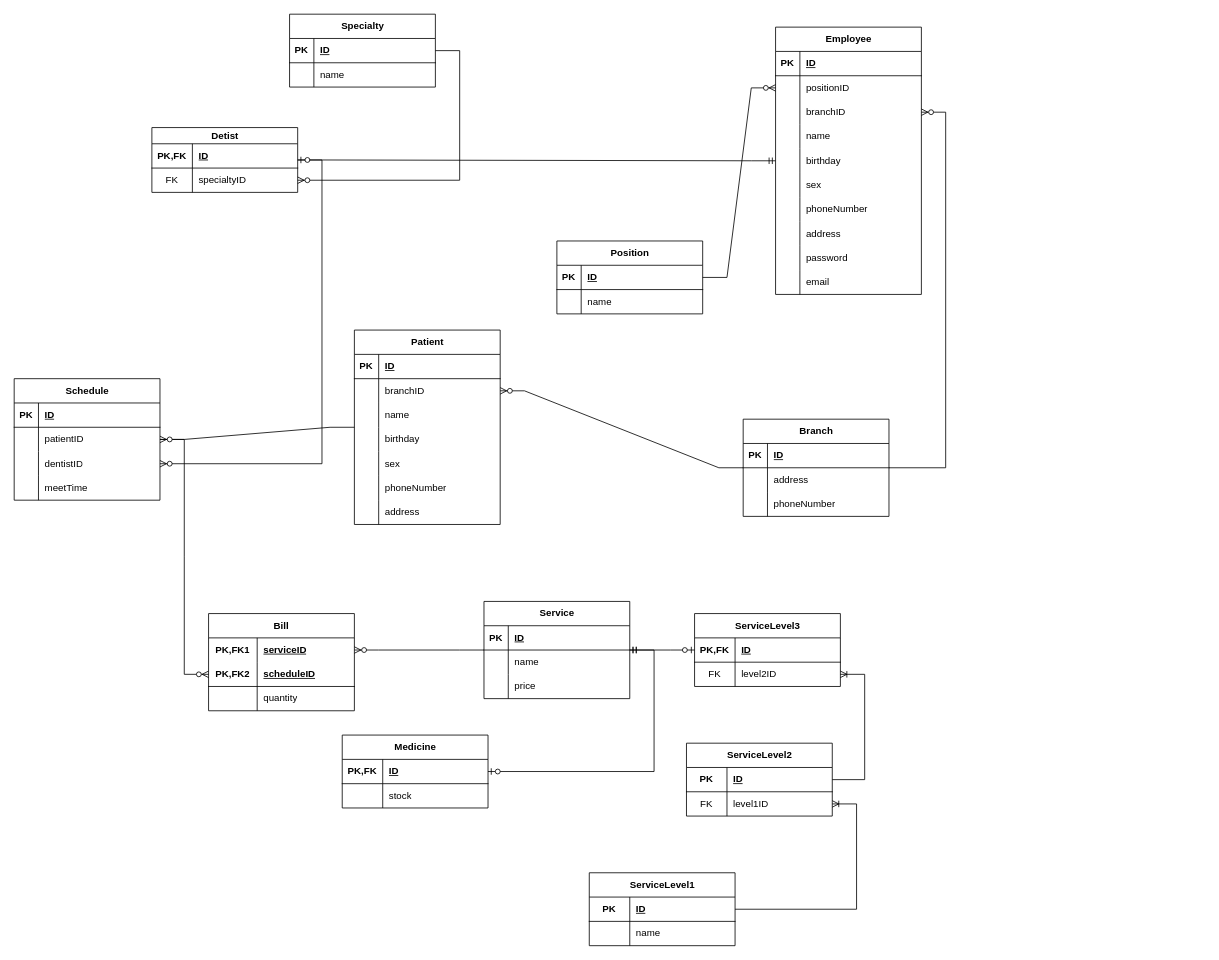
Before: Database/ERD.drawio in Xung-Chan/project-cnpm, a draw.io diagram. Source tidied: cells renumbered, new cells numbered last; positions are measured from the earlier drawing's top-left corner, leaving out a move shared by most shapes. Both pictures are drawn from the tidied source at 81%, with x=0, y=0 at pixel (-19, 14).
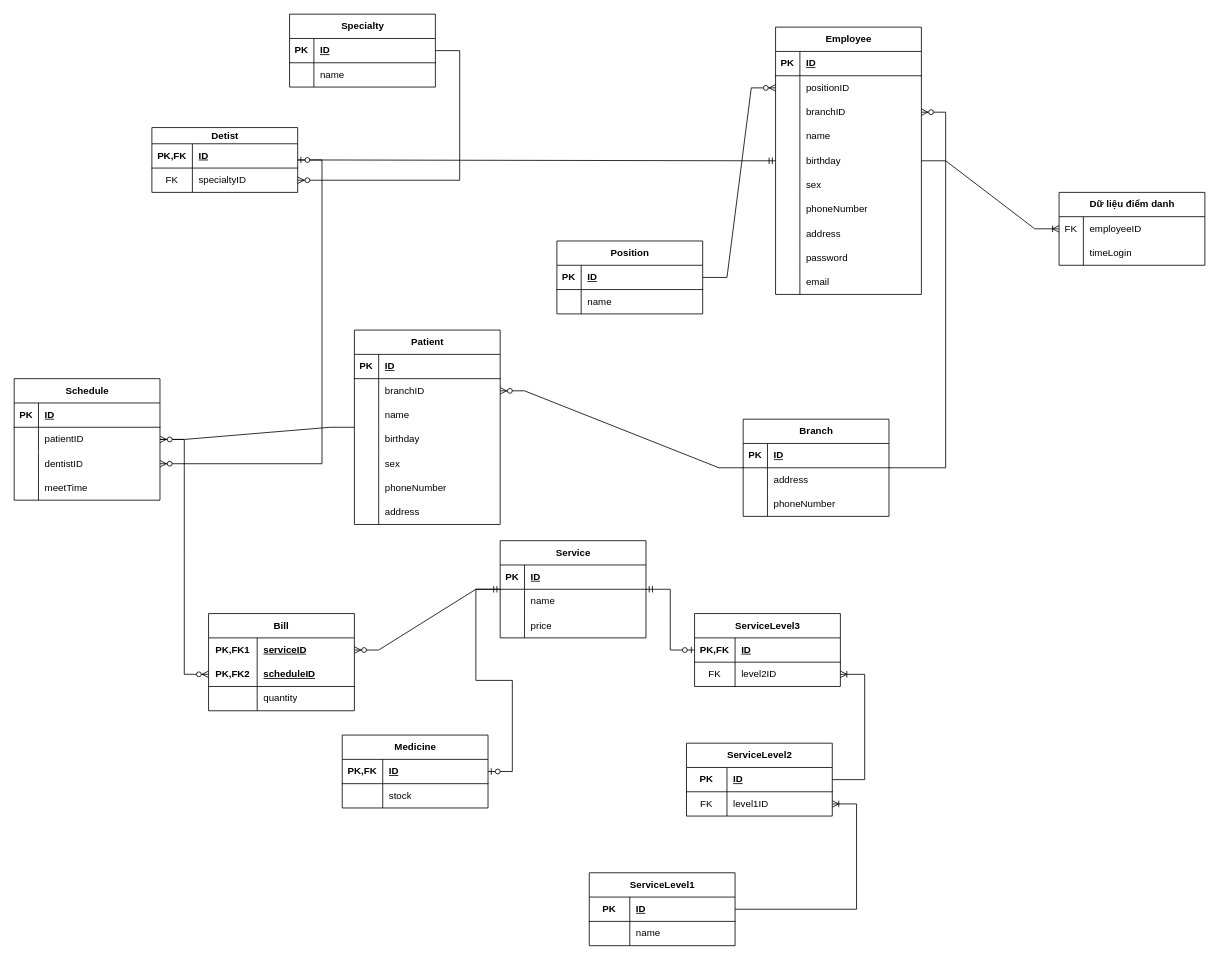
After the change.

The change refers to these unchanged cells:
```xml
<mxCell id="16" value="Employee" style="shape=table;startSize=30;childLayout=tableLayout;rowLines=0;fontStyle=1;align=center;html=1;" parent="1" vertex="1">
  <mxGeometry x="980" y="16" width="180" height="330" as="geometry" />
</mxCell>
```

Diff of the diagram source:
```diff
@@
     <mxCell id="109" value="Service" style="shape=table;startSize=30;childLayout=tableLayout;rowLines=0;fontStyle=1;align=center;html=1;" parent="1" vertex="1">
-      <mxGeometry x="620" y="725" width="180" height="120" as="geometry" />
+      <mxGeometry x="640" y="650" width="180" height="120" as="geometry" />
     </mxCell>
@@
+    <mxCell id="160" value="Dữ liệu điểm danh" style="shape=table;startSize=30;childLayout=tableLayout;rowLines=0;fontStyle=1;align=center;html=1;" parent="1" vertex="1">
+      <mxGeometry x="1330" y="220" width="180" height="90" as="geometry" />
+    </mxCell>
+    <mxCell id="161" style="shape=tableRow;horizontal=0;startSize=0;swimlaneHead=0;swimlaneBody=0;fillColor=none;points=[[0,0.5],[1,0.5]];portConstraint=eastwest;top=0;left=0;right=0;bottom=0;" parent="160" vertex="1">
+      <mxGeometry y="30" width="180" height="30" as="geometry" />
+    </mxCell>
+    <mxCell id="162" value="FK" style="shape=partialRectangle;fillColor=none;top=0;left=0;bottom=0;right=0;overflow=hidden;whiteSpace=wrap;html=1;" parent="161" vertex="1">
+      <mxGeometry width="30" height="30" as="geometry" />
+    </mxCell>
+    <mxCell id="163" value="employeeID" style="shape=partialRectangle;fillColor=none;top=0;left=0;bottom=0;right=0;align=left;spacingLeft=6;overflow=hidden;whiteSpace=wrap;html=1;" parent="161" vertex="1">
+      <mxGeometry x="30" width="150" height="30" as="geometry" />
+    </mxCell>
+    <mxCell id="164" style="shape=tableRow;horizontal=0;startSize=0;swimlaneHead=0;swimlaneBody=0;fillColor=none;top=0;left=0;right=0;bottom=0;" parent="160" vertex="1">
+      <mxGeometry y="60" width="180" height="30" as="geometry" />
+    </mxCell>
+    <mxCell id="165" style="shape=partialRectangle;fillColor=none;top=0;left=0;bottom=0;right=0;overflow=hidden;whiteSpace=wrap;html=1;" parent="164" vertex="1">
+      <mxGeometry width="30" height="30" as="geometry" />
+    </mxCell>
+    <mxCell id="166" value="timeLogin" style="shape=partialRectangle;fillColor=none;top=0;left=0;bottom=0;right=0;align=left;spacingLeft=6;overflow=hidden;whiteSpace=wrap;html=1;" parent="164" vertex="1">
+      <mxGeometry x="30" width="150" height="30" as="geometry" />
+    </mxCell>
+    <mxCell id="167" style="edgeStyle=entityRelationEdgeStyle;fontSize=12;html=1;endArrow=ERoneToMany;rounded=0;" parent="1" edge="1" source="16" target="161">
+      <mxGeometry relative="1" as="geometry" />
+    </mxCell>
```
